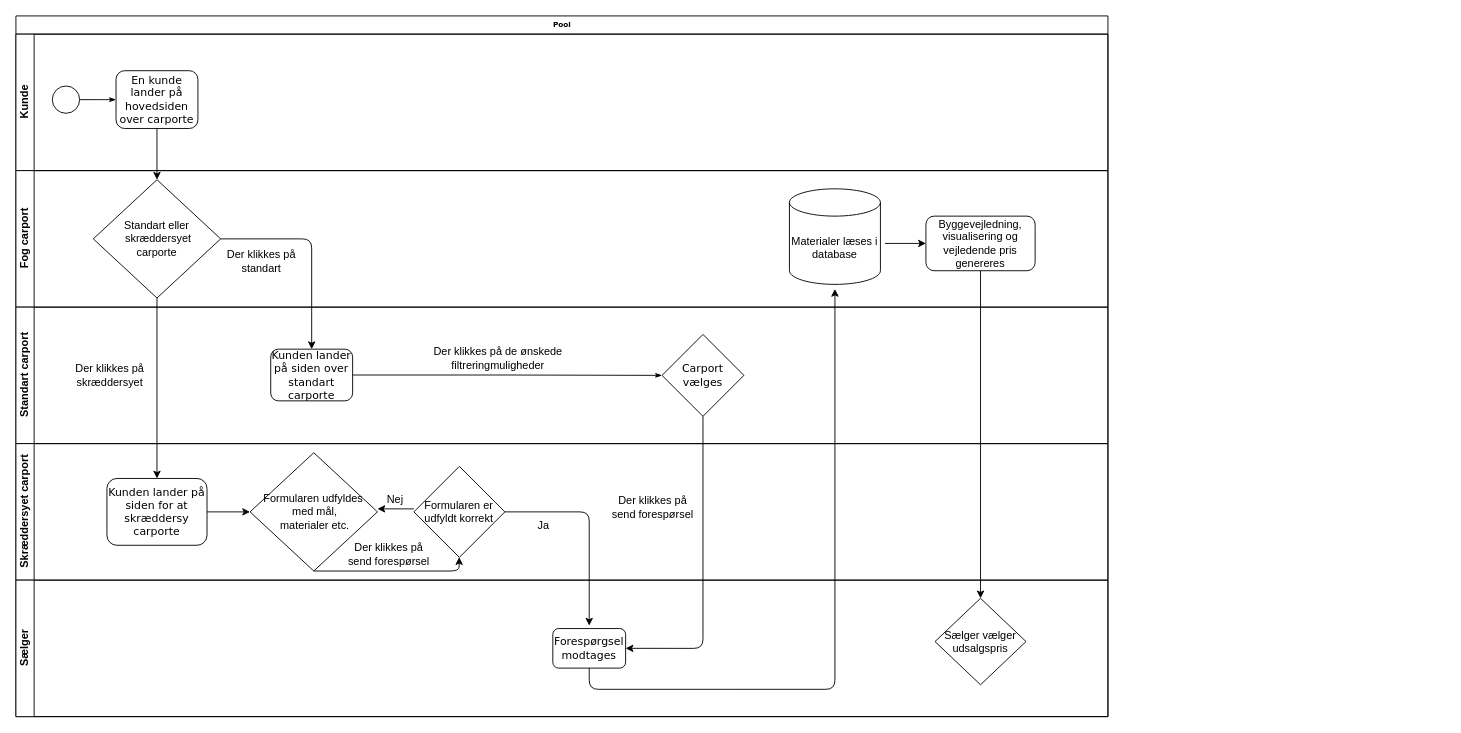
Before: svømmebanediagram2.0.drawio in Capa2/sem2c4, a draw.io diagram. Source tidied: cells renumbered, new cells numbered last; positions are measured from the earlier drawing's top-left corner, leaving out a move shared by most shapes. Both pictures are drawn from the tidied source at 91%, with x=0, y=0 at pixel (15, 15).
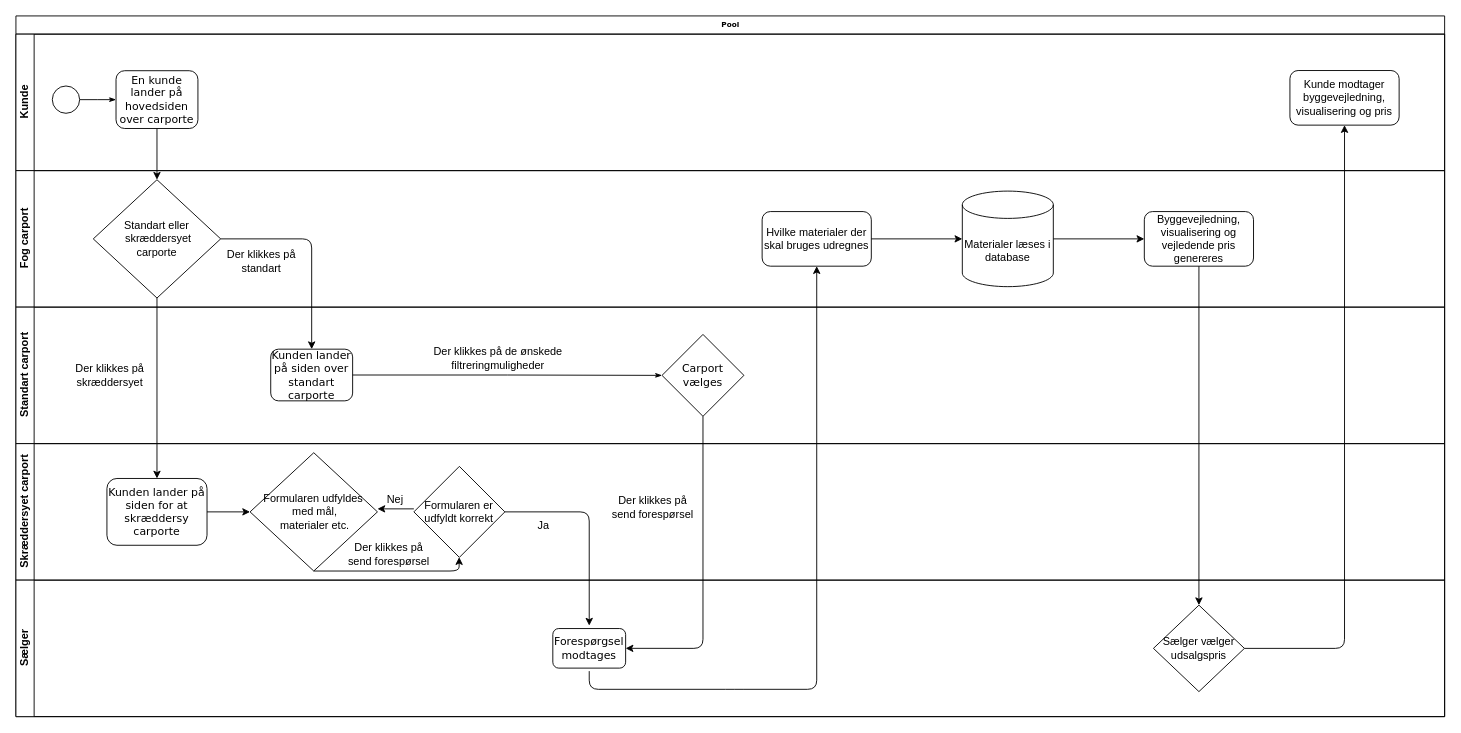
The same page after the edit.

The change refers to these unchanged cells:
```xml
<mxCell id="38" value="&lt;font style=&quot;font-size: 12px&quot;&gt;Forespørgsel modtages&lt;/font&gt;" style="rounded=1;whiteSpace=wrap;html=1;shadow=0;labelBackgroundColor=none;strokeWidth=1;fontFamily=Verdana;fontSize=8;align=center;" parent="37" vertex="1">
  <mxGeometry x="590" y="53.2" width="80" height="43.5" as="geometry" />
</mxCell>
```

The edit, as a diff of the source:
```diff
@@
-    <mxCell id="3" style="endArrow=classic;html=1;exitX=0.5;exitY=1;exitDx=0;exitDy=0;" parent="1" edge="1" source="38">
+    <mxCell id="3" style="endArrow=classic;html=1;startArrow=none;entryX=0.5;entryY=1;entryDx=0;entryDy=0;" parent="1" edge="1" target="41">
       <mxGeometry relative="1" as="geometry">
-        <mxPoint x="900" y="300" as="targetPoint" />
+        <mxPoint x="630" y="720" as="sourcePoint" />
         <Array as="points">
           <mxPoint x="630" y="740" />
           <mxPoint x="790" y="740" />
-          <mxPoint x="900" y="740" />
+          <mxPoint x="880" y="740" />
         </Array>
       </mxGeometry>
     </mxCell>
     <mxCell id="4" value="Pool" style="swimlane;html=1;horizontal=1;startSize=20;rounded=0;shadow=0;labelBackgroundColor=none;strokeWidth=1;fontFamily=Verdana;fontSize=8;align=center;" parent="1" vertex="1">
-      <mxGeometry width="1200" height="770" as="geometry" />
+      <mxGeometry width="1570" height="770" as="geometry" />
     </mxCell>
     <mxCell id="5" value="Kunde" style="swimlane;html=1;startSize=20;horizontal=0;" parent="4" vertex="1">
-      <mxGeometry y="20" width="1200" height="150" as="geometry" />
+      <mxGeometry y="20" width="1570" height="150" as="geometry" />
     </mxCell>
@@
+    <mxCell id="40" value="Kunde modtager byggevejledning, visualisering og pris" style="rounded=1;whiteSpace=wrap;html=1;" parent="5" vertex="1">
+      <mxGeometry x="1400" y="40" width="120" height="60" as="geometry" />
+    </mxCell>
     <mxCell id="9" value="Fog carport" style="swimlane;html=1;startSize=20;horizontal=0;" parent="4" vertex="1">
-      <mxGeometry y="170" width="1200" height="150" as="geometry" />
+      <mxGeometry y="170" width="1570" height="150" as="geometry" />
     </mxCell>
@@
+    <mxCell id="13" value="Byggevejledning, visualisering og vejledende pris genereres" style="rounded=1;whiteSpace=wrap;html=1;" parent="9" vertex="1">
+      <mxGeometry x="1240" y="45" width="120" height="60" as="geometry" />
+    </mxCell>
+    <mxCell id="41" value="Hvilke materialer der skal bruges udregnes" style="rounded=1;whiteSpace=wrap;html=1;" parent="9" vertex="1">
+      <mxGeometry x="820" y="45" width="120" height="60" as="geometry" />
+    </mxCell>
     <mxCell id="12" value="Materialer læses i database" style="shape=cylinder3;whiteSpace=wrap;html=1;boundedLbl=1;backgroundOutline=1;size=15;" parent="9" vertex="1">
-      <mxGeometry x="850" y="20" width="100" height="105" as="geometry" />
+      <mxGeometry x="1040" y="22.5" width="100" height="105" as="geometry" />
     </mxCell>
-    <mxCell id="13" value="Byggevejledning, visualisering og vejledende pris genereres" style="rounded=1;whiteSpace=wrap;html=1;" parent="9" vertex="1">
-      <mxGeometry x="1000" y="50" width="120" height="60" as="geometry" />
-    </mxCell>
-    <mxCell id="14" style="endArrow=classic;html=1;entryX=0;entryY=0.5;entryDx=0;entryDy=0;" parent="9" edge="1" target="13">
-      <mxGeometry relative="1" as="geometry">
-        <mxPoint x="955" y="80" as="sourcePoint" />
-      </mxGeometry>
-    </mxCell>
+    <mxCell id="42" style="endArrow=classic;html=1;exitX=1;exitY=0.5;exitDx=0;exitDy=0;entryX=0;entryY=0.5;entryDx=0;entryDy=0;entryPerimeter=0;" parent="9" edge="1" source="41" target="12">
+      <mxGeometry relative="1" as="geometry" />
+    </mxCell>
+    <mxCell id="43" style="endArrow=classic;html=1;exitX=1;exitY=0.5;exitDx=0;exitDy=0;exitPerimeter=0;entryX=0;entryY=0.5;entryDx=0;entryDy=0;" parent="9" edge="1" source="12" target="13">
+      <mxGeometry relative="1" as="geometry" />
+    </mxCell>
@@
     <mxCell id="17" value="Standart&amp;nbsp;carport" style="swimlane;html=1;startSize=20;horizontal=0;" parent="4" vertex="1">
-      <mxGeometry y="320" width="1200" height="150" as="geometry" />
+      <mxGeometry y="320" width="1570" height="150" as="geometry" />
     </mxCell>
@@
     <mxCell id="24" value="Skræddersyet carport" style="swimlane;html=1;startSize=20;horizontal=0;" parent="4" vertex="1">
-      <mxGeometry y="470" width="1200" height="150" as="geometry" />
+      <mxGeometry y="470" width="1570" height="150" as="geometry" />
     </mxCell>
@@
     <mxCell id="37" value="Sælger" style="swimlane;html=1;startSize=20;horizontal=0;" parent="4" vertex="1">
-      <mxGeometry y="620" width="1200" height="150" as="geometry" />
+      <mxGeometry y="620" width="1570" height="150" as="geometry" />
     </mxCell>
@@
     <mxCell id="39" value="Sælger vælger udsalgspris" style="rhombus;whiteSpace=wrap;html=1;" parent="37" vertex="1">
-      <mxGeometry x="1010" y="20" width="100" height="95" as="geometry" />
+      <mxGeometry x="1250" y="27.5" width="100" height="95" as="geometry" />
     </mxCell>
+    <mxCell id="44" style="endArrow=classic;html=1;exitX=1;exitY=0.5;exitDx=0;exitDy=0;entryX=0.5;entryY=1;entryDx=0;entryDy=0;" parent="4" edge="1" source="39" target="40">
+      <mxGeometry relative="1" as="geometry">
+        <Array as="points">
+          <mxPoint x="1460" y="695" />
+        </Array>
+      </mxGeometry>
+    </mxCell>
```
